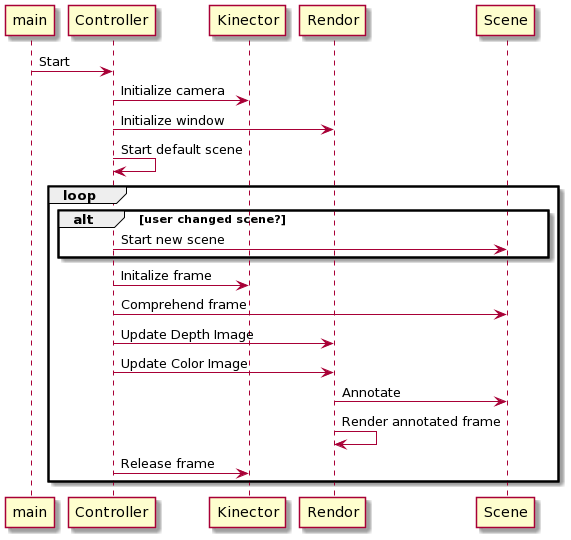
The PlantUML diagram sequence.png in mpdroid/bones, before a commit.
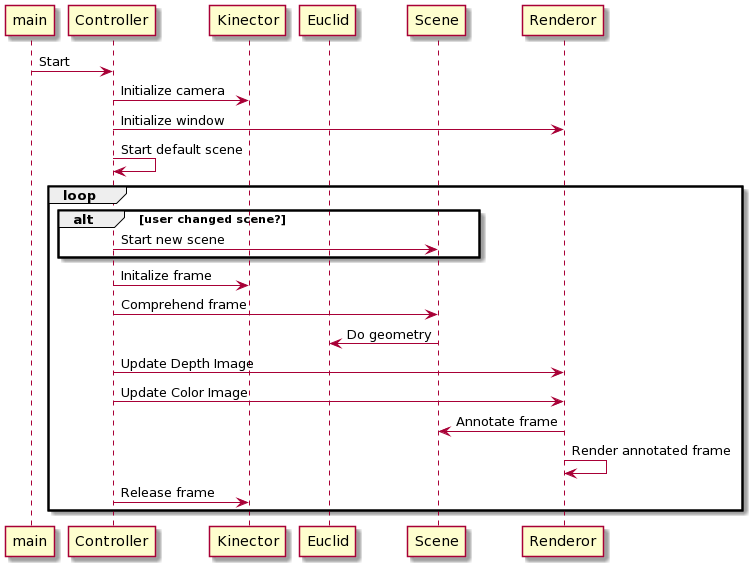
Above is the later version.

Change to the diagram source:
```diff
@@ -1,7 +1,13 @@
 @startuml
+participant main order 10
+participant Controller order 20
+participant Kinector order 30
+participant Euclid order 40
+participant Scene order 50
+participant Renderor order 60
 main -> Controller: Start
 Controller -> Kinector: Initialize camera
-Controller -> Rendor: Initialize window
+Controller -> Renderor: Initialize window
 Controller -> Controller: Start default scene
    loop
        alt user changed scene?
@@ -9,10 +15,11 @@
        end
        Controller -> Kinector: Initalize frame
        Controller -> Scene: Comprehend frame
-       Controller -> Rendor: Update Depth Image
-       Controller -> Rendor: Update Color Image
-       Rendor -> Scene: Annotate
-       Rendor -> Rendor: Render annotated frame
+       Scene -> Euclid: Do geometry
+       Controller -> Renderor: Update Depth Image
+       Controller -> Renderor: Update Color Image
+       Renderor -> Scene: Annotate frame
+       Renderor -> Renderor: Render annotated frame
        Controller -> Kinector: Release frame
    end
 @enduml
```
